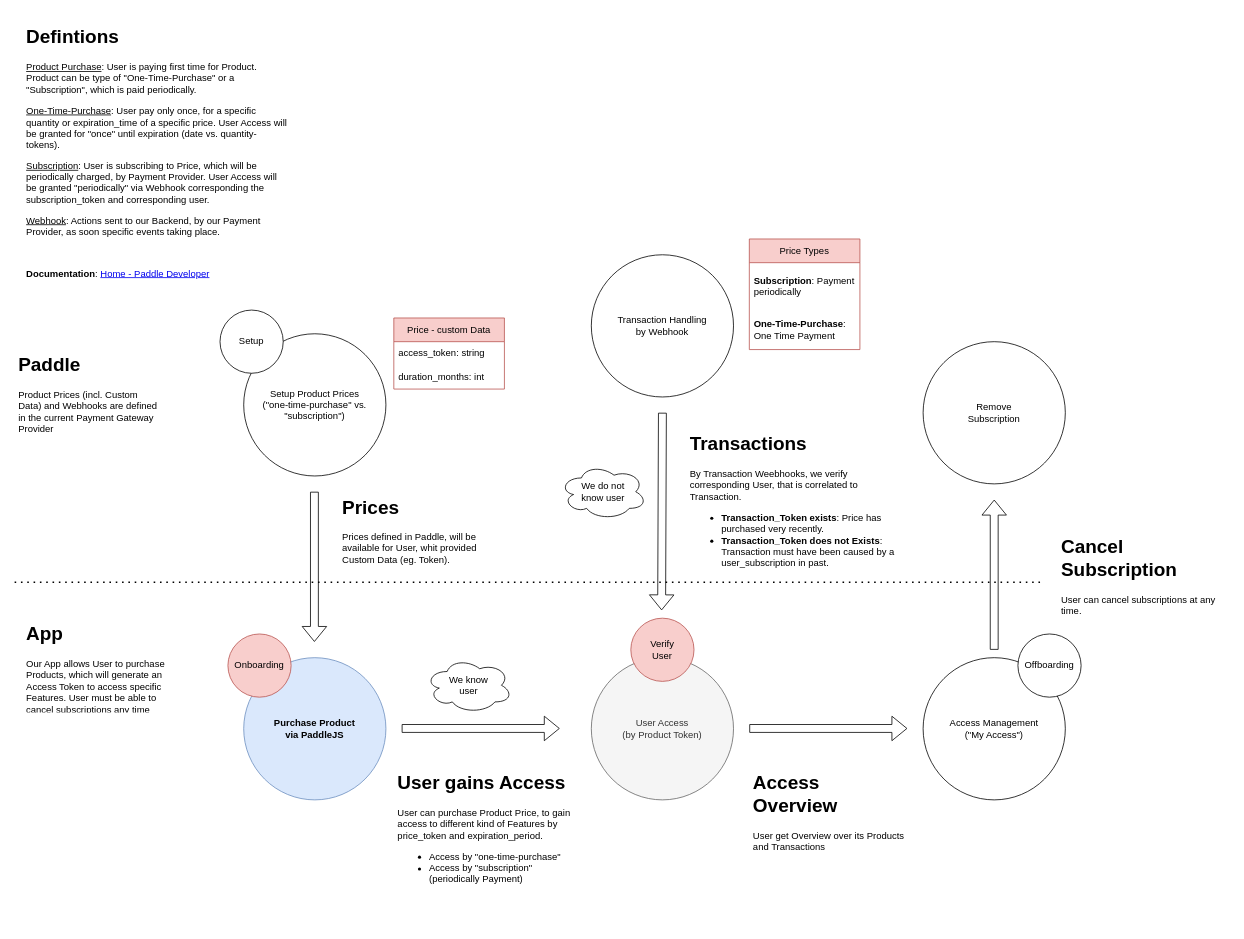
Above: page "Feature Overview" (1 of 5) of docs/Features/02 - Useraccess.drawio in CarlsonBuma/laravel-quasar-template (draw.io), before the change. Source tidied: cells renumbered, new cells numbered last; positions are measured from the earlier drawing's top-left corner, leaving out a move shared by most shapes. Both pictures are drawn from the tidied source at 79%, with x=0, y=0 at pixel (14, 21).
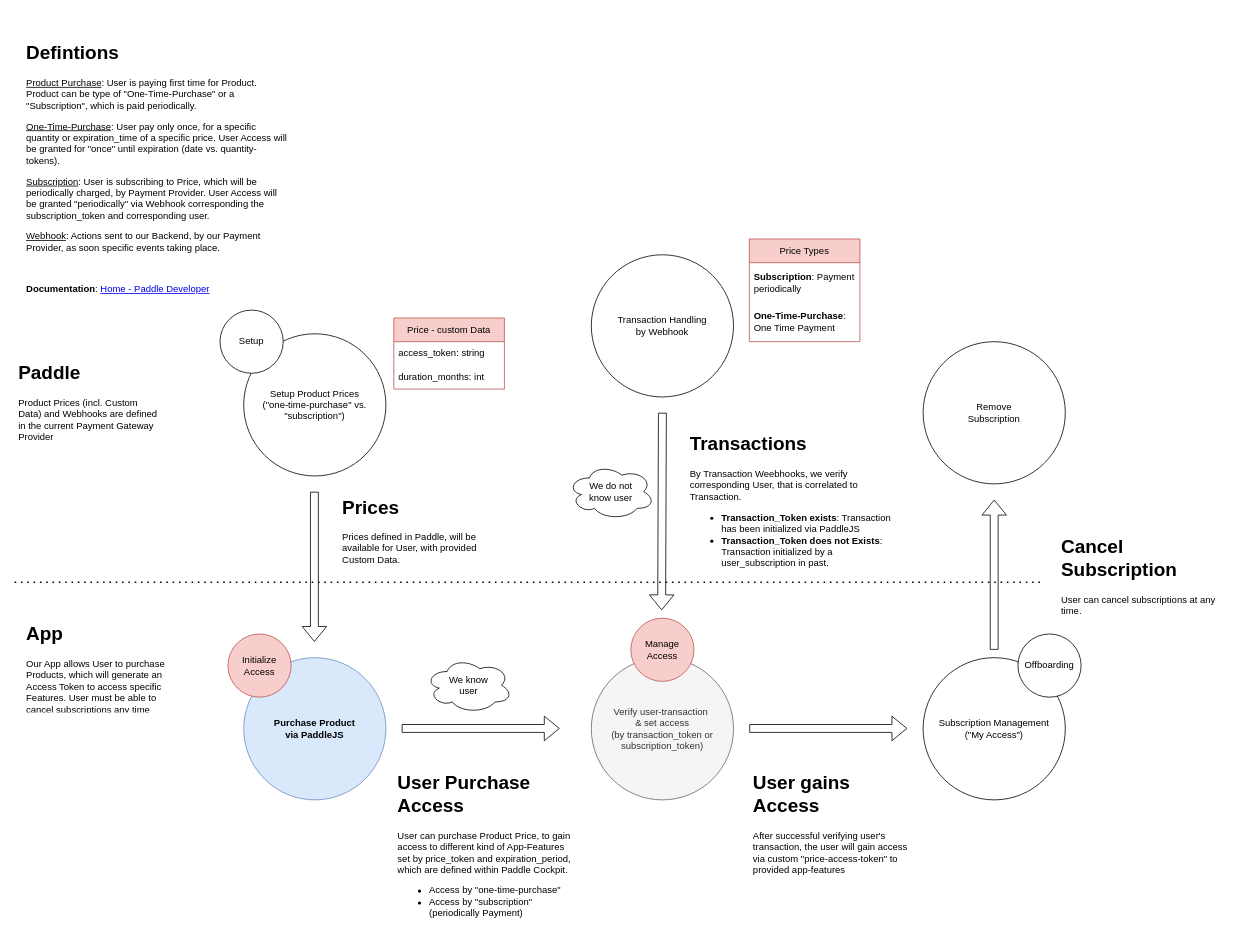
After the change.

Diff of the diagram source:
```diff
@@
-    <mxCell id="5" value="User Access&lt;br&gt;(by Product Token)" style="ellipse;whiteSpace=wrap;html=1;fillColor=#f5f5f5;fontColor=#333333;strokeColor=#666666;" parent="1" vertex="1">
+    <mxCell id="5" value="Verify user-transaction&amp;nbsp;&lt;br&gt;&amp;amp; set access&lt;br&gt;(by transaction_token or subscription_token)" style="ellipse;whiteSpace=wrap;html=1;fillColor=#f5f5f5;fontColor=#333333;strokeColor=#666666;" parent="1" vertex="1">
       <mxGeometry x="730" y="805" width="180" height="180" as="geometry" />
     </mxCell>
@@
-    <mxCell id="7" value="Access Management&lt;br&gt;(&quot;My Access&quot;)" style="ellipse;whiteSpace=wrap;html=1;" parent="1" vertex="1">
+    <mxCell id="7" value="Subscription Management&lt;br&gt;(&quot;My Access&quot;)" style="ellipse;whiteSpace=wrap;html=1;" parent="1" vertex="1">
       <mxGeometry x="1150" y="805" width="180" height="180" as="geometry" />
     </mxCell>
@@
-    <mxCell id="9" value="&lt;h1&gt;User gains Access&lt;/h1&gt;&lt;p&gt;User can purchase Product Price, to gain access to different kind of Features by price_token and expiration_period.&lt;/p&gt;&lt;p&gt;&lt;/p&gt;&lt;ul&gt;&lt;li&gt;Access by &quot;one-time-purchase&quot;&lt;/li&gt;&lt;li&gt;Access by &quot;subscription&quot; (periodically Payment)&lt;/li&gt;&lt;/ul&gt;&lt;p&gt;&lt;/p&gt;" style="text;html=1;strokeColor=none;fillColor=none;spacing=5;spacingTop=-20;whiteSpace=wrap;overflow=hidden;rounded=0;" parent="1" vertex="1">
-      <mxGeometry x="480" y="944" width="230" height="161" as="geometry" />
+    <mxCell id="9" value="&lt;h1&gt;User Purchase Access&lt;/h1&gt;&lt;p&gt;User can purchase Product Price, to gain access to different kind of App-Features set by price_token and expiration_period, which are defined within Paddle Cockpit.&lt;/p&gt;&lt;p&gt;&lt;/p&gt;&lt;ul&gt;&lt;li&gt;Access by &quot;one-time-purchase&quot;&lt;/li&gt;&lt;li&gt;Access by &quot;subscription&quot; (periodically Payment)&lt;/li&gt;&lt;/ul&gt;&lt;p&gt;&lt;/p&gt;" style="text;html=1;strokeColor=none;fillColor=none;spacing=5;spacingTop=-20;whiteSpace=wrap;overflow=hidden;rounded=0;" parent="1" vertex="1">
+      <mxGeometry x="480" y="944" width="230" height="201" as="geometry" />
     </mxCell>
     <mxCell id="10" value="&lt;h1&gt;Paddle&lt;/h1&gt;&lt;p&gt;Product Prices (incl. Custom Data) and Webhooks are defined in the current Payment Gateway Provider&amp;nbsp;&lt;/p&gt;" style="text;html=1;strokeColor=none;fillColor=none;spacing=5;spacingTop=-20;whiteSpace=wrap;overflow=hidden;rounded=0;" parent="1" vertex="1">
-      <mxGeometry y="415" width="190" height="120" as="geometry" />
+      <mxGeometry y="425" width="190" height="120" as="geometry" />
     </mxCell>
@@
-    <mxCell id="18" value="&lt;h1&gt;Access &lt;br&gt;Overview&lt;/h1&gt;&lt;p&gt;User get Overview over its Products and Transactions&lt;/p&gt;" style="text;html=1;strokeColor=none;fillColor=none;spacing=5;spacingTop=-20;whiteSpace=wrap;overflow=hidden;rounded=0;" parent="1" vertex="1">
-      <mxGeometry x="930" y="944" width="220" height="130" as="geometry" />
+    <mxCell id="18" value="&lt;h1 style=&quot;border-color: var(--border-color);&quot;&gt;User gains Access&lt;/h1&gt;&lt;p&gt;After successful verifying user's transaction, the user will gain access via custom &quot;price-access-token&quot; to provided app-features&lt;/p&gt;" style="text;html=1;strokeColor=none;fillColor=none;spacing=5;spacingTop=-20;whiteSpace=wrap;overflow=hidden;rounded=0;" parent="1" vertex="1">
+      <mxGeometry x="930" y="944" width="220" height="151" as="geometry" />
     </mxCell>
@@
-    <mxCell id="22" value="&lt;h1&gt;Transactions&lt;/h1&gt;&lt;p&gt;By Transaction Weebhooks, we verify corresponding User, that is correlated to Transaction.&lt;/p&gt;&lt;p&gt;&lt;/p&gt;&lt;ul&gt;&lt;li&gt;&lt;b&gt;Transaction_Token exists&lt;/b&gt;: Price has purchased very recently.&lt;/li&gt;&lt;li&gt;&lt;b&gt;Transaction_Token does not Exists&lt;/b&gt;: Transaction must have been caused by a user_subscription in past.&lt;/li&gt;&lt;/ul&gt;&lt;p&gt;&lt;/p&gt;" style="text;html=1;strokeColor=none;fillColor=none;spacing=5;spacingTop=-20;whiteSpace=wrap;overflow=hidden;rounded=0;" parent="1" vertex="1">
+    <mxCell id="22" value="&lt;h1&gt;Transactions&lt;/h1&gt;&lt;p&gt;By Transaction Weebhooks, we verify corresponding User, that is correlated to Transaction.&lt;/p&gt;&lt;p&gt;&lt;/p&gt;&lt;ul&gt;&lt;li&gt;&lt;b&gt;Transaction_Token exists&lt;/b&gt;: Transaction has been initialized via PaddleJS&lt;/li&gt;&lt;li&gt;&lt;b&gt;Transaction_Token does not Exists&lt;/b&gt;: Transaction initialized by a user_subscription in past.&lt;/li&gt;&lt;/ul&gt;&lt;p&gt;&lt;/p&gt;" style="text;html=1;strokeColor=none;fillColor=none;spacing=5;spacingTop=-20;whiteSpace=wrap;overflow=hidden;rounded=0;" parent="1" vertex="1">
       <mxGeometry x="850" y="515" width="280" height="200" as="geometry" />
     </mxCell>
-    <mxCell id="23" value="&lt;h1&gt;Prices&lt;/h1&gt;&lt;p&gt;Prices defined in Paddle, will be available for User, whit provided Custom Data (eg. Token).&lt;/p&gt;" style="text;html=1;strokeColor=none;fillColor=none;spacing=5;spacingTop=-20;whiteSpace=wrap;overflow=hidden;rounded=0;" parent="1" vertex="1">
+    <mxCell id="23" value="&lt;h1&gt;Prices&lt;/h1&gt;&lt;p&gt;Prices defined in Paddle, will be available for User, with provided Custom Data.&lt;/p&gt;" style="text;html=1;strokeColor=none;fillColor=none;spacing=5;spacingTop=-20;whiteSpace=wrap;overflow=hidden;rounded=0;" parent="1" vertex="1">
       <mxGeometry x="410" y="595" width="220" height="100" as="geometry" />
     </mxCell>
     <mxCell id="24" value="Price Types" style="swimlane;fontStyle=0;horizontal=1;startSize=30;whiteSpace=wrap;html=1;fillColor=#f8cecc;strokeColor=#b85450;" parent="1" vertex="1">
-      <mxGeometry x="930" y="275" width="140" height="140" as="geometry" />
+      <mxGeometry x="930" y="275" width="140" height="130" as="geometry" />
     </mxCell>
     <mxCell id="25" value="&lt;b&gt;Subscription&lt;/b&gt;: Payment periodically" style="text;strokeColor=none;fillColor=none;align=left;verticalAlign=middle;spacingLeft=4;spacingRight=4;overflow=hidden;whiteSpace=wrap;html=1;" parent="24" vertex="1">
-      <mxGeometry y="30" width="140" height="60" as="geometry" />
+      <mxGeometry y="30" width="140" height="50" as="geometry" />
     </mxCell>
     <mxCell id="26" value="&lt;b&gt;One-Time-Purchase&lt;/b&gt;: One Time Payment" style="text;strokeColor=none;fillColor=none;align=left;verticalAlign=middle;spacingLeft=4;spacingRight=4;overflow=hidden;whiteSpace=wrap;html=1;" parent="24" vertex="1">
-      <mxGeometry y="90" width="140" height="50" as="geometry" />
+      <mxGeometry y="80" width="140" height="50" as="geometry" />
     </mxCell>
     <mxCell id="27" value="&lt;h1&gt;Defintions&lt;/h1&gt;&lt;p&gt;&lt;u&gt;Product Purchase&lt;/u&gt;: User is paying first time for Product. Product can be type of &quot;One-Time-Purchase&quot; or a &quot;Subscription&quot;, which is paid periodically.&lt;/p&gt;&lt;p&gt;&lt;u&gt;One-Time-Purchase&lt;/u&gt;: User pay only once, for a specific quantity or expiration_time of a specific price. User Access will be granted for &quot;once&quot; until expiration (date vs. quantity-tokens).&lt;/p&gt;&lt;p&gt;&lt;u&gt;Subscription&lt;/u&gt;: User is subscribing to Price, which will be periodically charged, by Payment Provider. User Access will be granted &quot;periodically&quot; via Webhook corresponding the subscription_token and corresponding user.&lt;/p&gt;&lt;p&gt;&lt;u&gt;Webhook&lt;/u&gt;: Actions sent to our Backend, by our Payment Provider, as soon specific events taking place.&lt;span style=&quot;background-color: initial;&quot;&gt;&amp;nbsp;&lt;/span&gt;&lt;/p&gt;&lt;p&gt;&lt;span style=&quot;background-color: initial;&quot;&gt;&amp;nbsp;&lt;/span&gt;&lt;/p&gt;&lt;b&gt;Documentation&lt;/b&gt;:&amp;nbsp;&lt;a href=&quot;https://developer.paddle.com/&quot;&gt;Home - Paddle Developer&lt;/a&gt;" style="text;html=1;strokeColor=none;fillColor=none;spacing=5;spacingTop=-20;whiteSpace=wrap;overflow=hidden;rounded=0;" parent="1" vertex="1">
-      <mxGeometry x="10" width="340" height="355" as="geometry" />
+      <mxGeometry x="10" y="20" width="340" height="355" as="geometry" />
     </mxCell>
-    <mxCell id="28" value="Onboarding" style="ellipse;whiteSpace=wrap;html=1;fillColor=#f8cecc;strokeColor=#b85450;" parent="1" vertex="1">
+    <mxCell id="28" value="Initialize&lt;br&gt;Access" style="ellipse;whiteSpace=wrap;html=1;fillColor=#f8cecc;strokeColor=#b85450;" parent="1" vertex="1">
       <mxGeometry x="270" y="775" width="80" height="80" as="geometry" />
     </mxCell>
@@
     <mxCell id="32" value="We do not &lt;br&gt;know user" style="ellipse;shape=cloud;whiteSpace=wrap;html=1;" parent="1" vertex="1">
-      <mxGeometry x="690" y="560" width="110" height="70" as="geometry" />
+      <mxGeometry x="700" y="560" width="110" height="70" as="geometry" />
     </mxCell>
-    <mxCell id="33" value="Verify &lt;br&gt;User" style="ellipse;whiteSpace=wrap;html=1;fillColor=#f8cecc;strokeColor=#b85450;" parent="1" vertex="1">
+    <mxCell id="33" value="Manage Access" style="ellipse;whiteSpace=wrap;html=1;fillColor=#f8cecc;strokeColor=#b85450;" parent="1" vertex="1">
       <mxGeometry x="780" y="755" width="80" height="80" as="geometry" />
     </mxCell>
```
